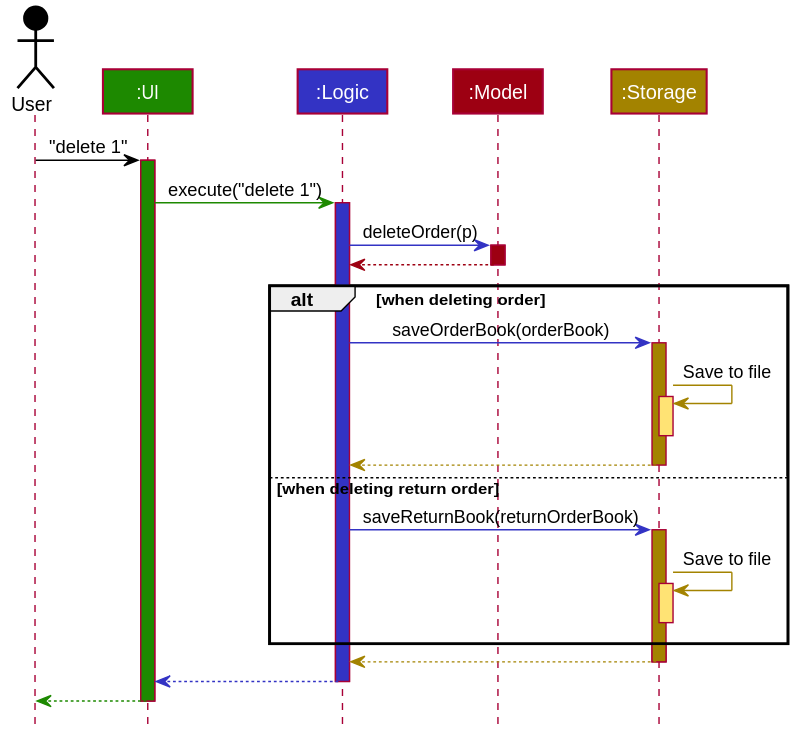
The PlantUML diagram docs/images/ArchitectureSequenceDiagram.svg in nus-cs2103-AY1920S2/addressbook-level3, before a commit.
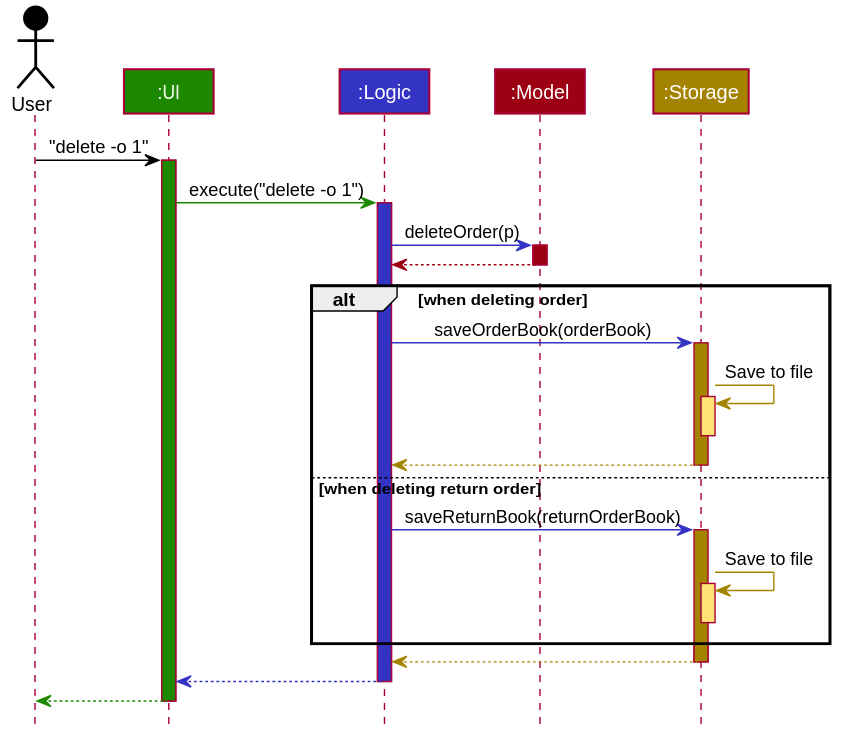
Later version of the same file.

Commit message:
Add delete command sequence diagrams

Diff of the diagram source:
```diff
@@ -54,10 +54,10 @@
 Participant ":Model" as model #9D0012
 Participant ":Storage" as storage #A38300
 
-user -[#000000]> ui : "delete 1"
+user -[#000000]> ui : "delete -o 1"
 activate ui #1D8900
 
-ui -[#1D8900]> logic : execute("delete 1")
+ui -[#1D8900]> logic : execute("delete -o 1")
 activate logic #3333C4
 
 logic -[#3333C4]> model : deleteOrder(p)
```
